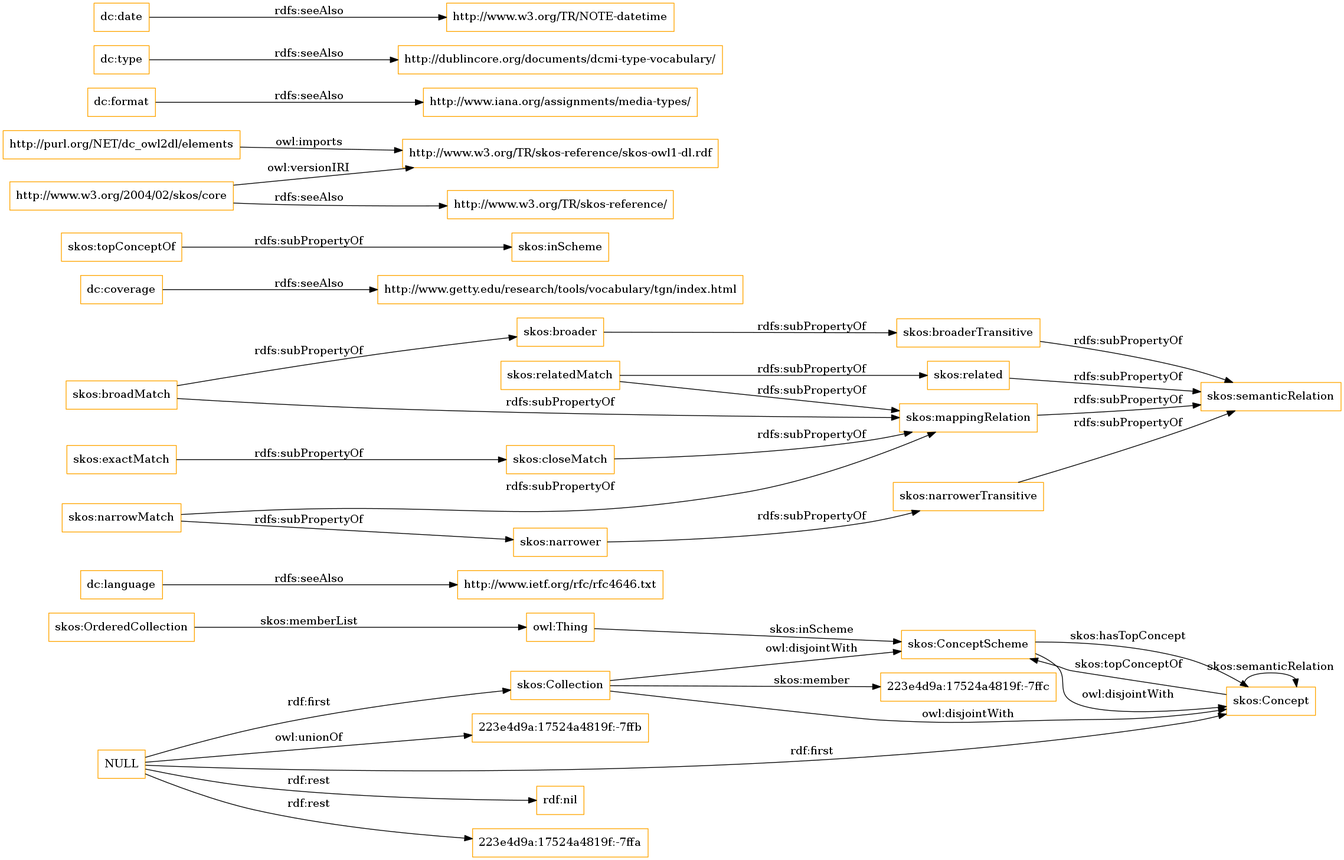
OnToologyUser/core-ontology-1 keeps this Graphviz diagram as OnToology/imports/elements.owl/diagrams/ar2dtool-class/elements.owl.png. Above is the earlier version. Its source is kept beside it as OnToology/imports/elements.owl/diagrams/ar2dtool-class/elements.owl.png.dot.
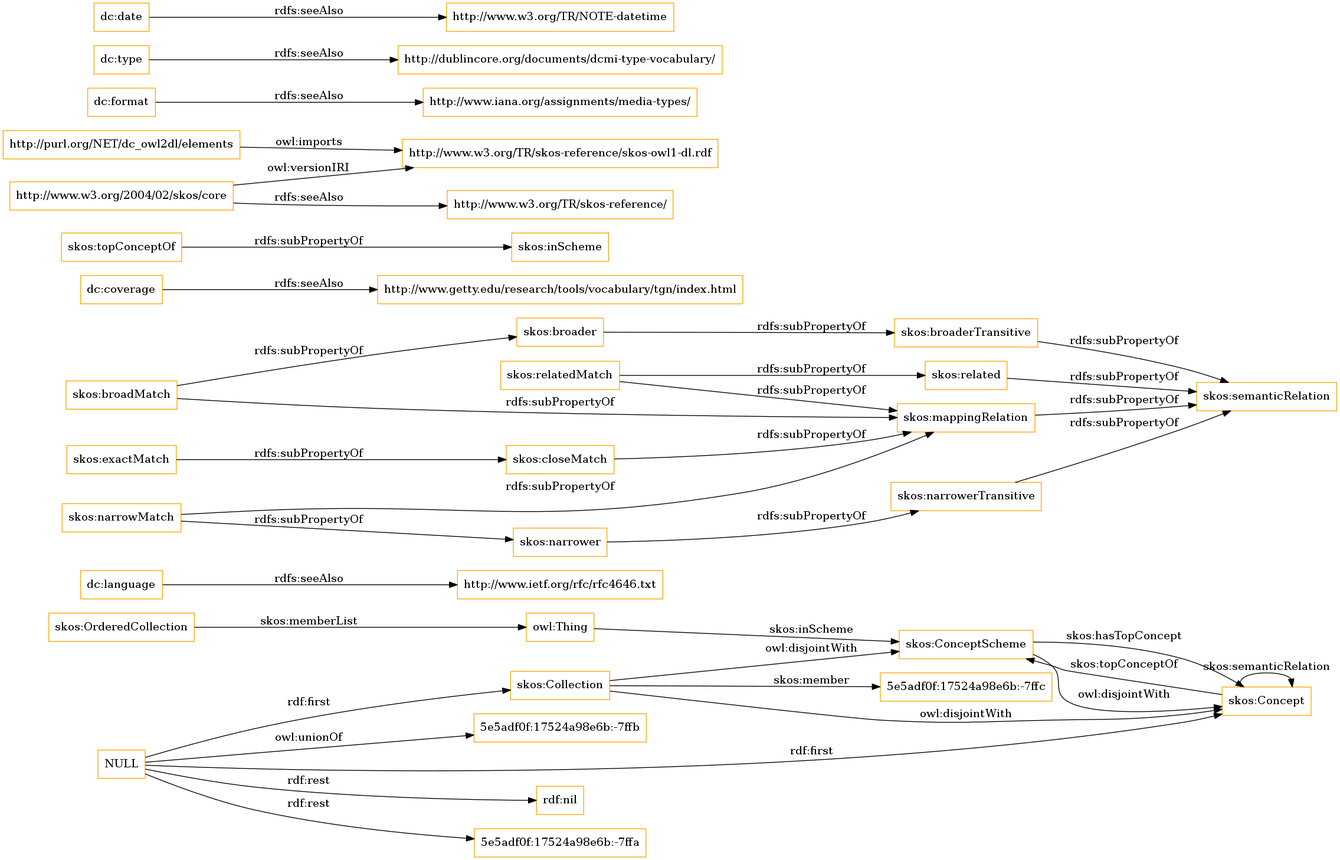
Above is the later version.

What changed in the source:
```diff
@@ -1,13 +1,13 @@
 digraph ar2dtool_diagram {
 rankdir=LR;
 size="1501"
-node [shape = rectangle, color="orange"]; "223e4d9a:17524a4819f:-7ffc" "skos:OrderedCollection" "skos:Collection" "skos:ConceptScheme" "skos:Concept" ; /*classes style*/
+node [shape = rectangle, color="orange"]; "5e5adf0f:17524a98e6b:-7ffc" "skos:OrderedCollection" "skos:Collection" "skos:ConceptScheme" "skos:Concept" ; /*classes style*/
 	"dc:language" -> "http://www.ietf.org/rfc/rfc4646.txt" [ label = "rdfs:seeAlso" ];
 	"NULL" -> "rdf:nil" [ label = "rdf:rest" ];
 	"NULL" -> "skos:Collection" [ label = "rdf:first" ];
-	"NULL" -> "223e4d9a:17524a4819f:-7ffa" [ label = "rdf:rest" ];
+	"NULL" -> "5e5adf0f:17524a98e6b:-7ffa" [ label = "rdf:rest" ];
 	"NULL" -> "skos:Concept" [ label = "rdf:first" ];
-	"NULL" -> "223e4d9a:17524a4819f:-7ffb" [ label = "owl:unionOf" ];
+	"NULL" -> "5e5adf0f:17524a98e6b:-7ffb" [ label = "owl:unionOf" ];
 	"skos:closeMatch" -> "skos:mappingRelation" [ label = "rdfs:subPropertyOf" ];
 	"dc:coverage" -> "http://www.getty.edu/research/tools/vocabulary/tgn/index.html" [ label = "rdfs:seeAlso" ];
 	"skos:relatedMatch" -> "skos:related" [ label = "rdfs:subPropertyOf" ];
@@ -36,7 +36,7 @@
 	"skos:OrderedCollection" -> "owl:Thing" [ label = "skos:memberList" ];
 	"skos:Concept" -> "skos:ConceptScheme" [ label = "skos:topConceptOf" ];
 	"skos:Concept" -> "skos:Concept" [ label = "skos:semanticRelation" ];
-	"skos:Collection" -> "223e4d9a:17524a4819f:-7ffc" [ label = "skos:member" ];
+	"skos:Collection" -> "5e5adf0f:17524a98e6b:-7ffc" [ label = "skos:member" ];
 	"skos:ConceptScheme" -> "skos:Concept" [ label = "skos:hasTopConcept" ];
 	"owl:Thing" -> "skos:ConceptScheme" [ label = "skos:inScheme" ];
 
```
